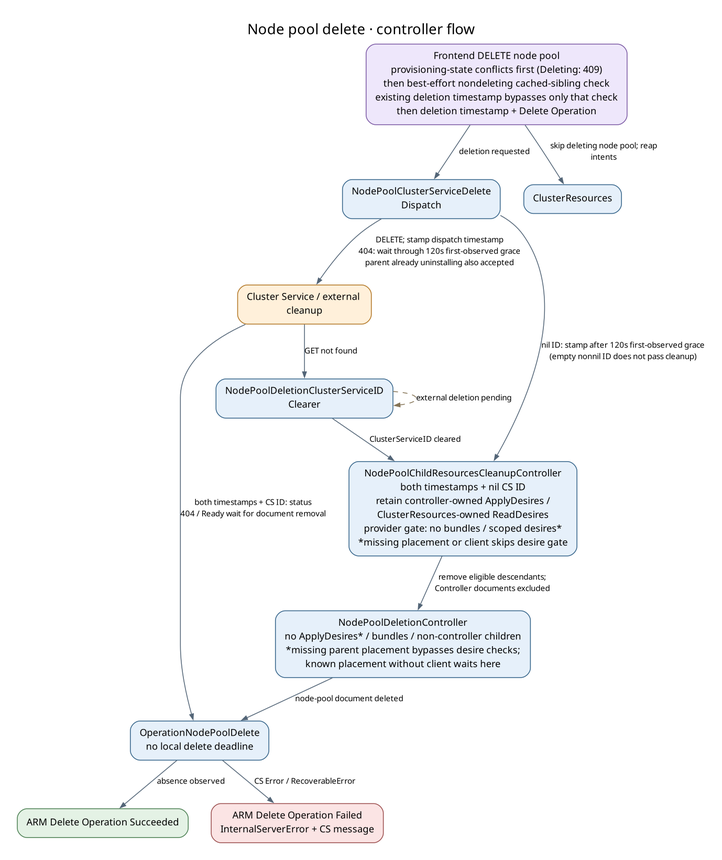
Azure/ARO-HCP keeps this Graphviz diagram as docs/generated/diagrams/controller-flows/nodepool-delete.png. Above is the earlier version. Its source is kept beside it as docs/generated/diagrams/controller-flows/nodepool-delete.dot.
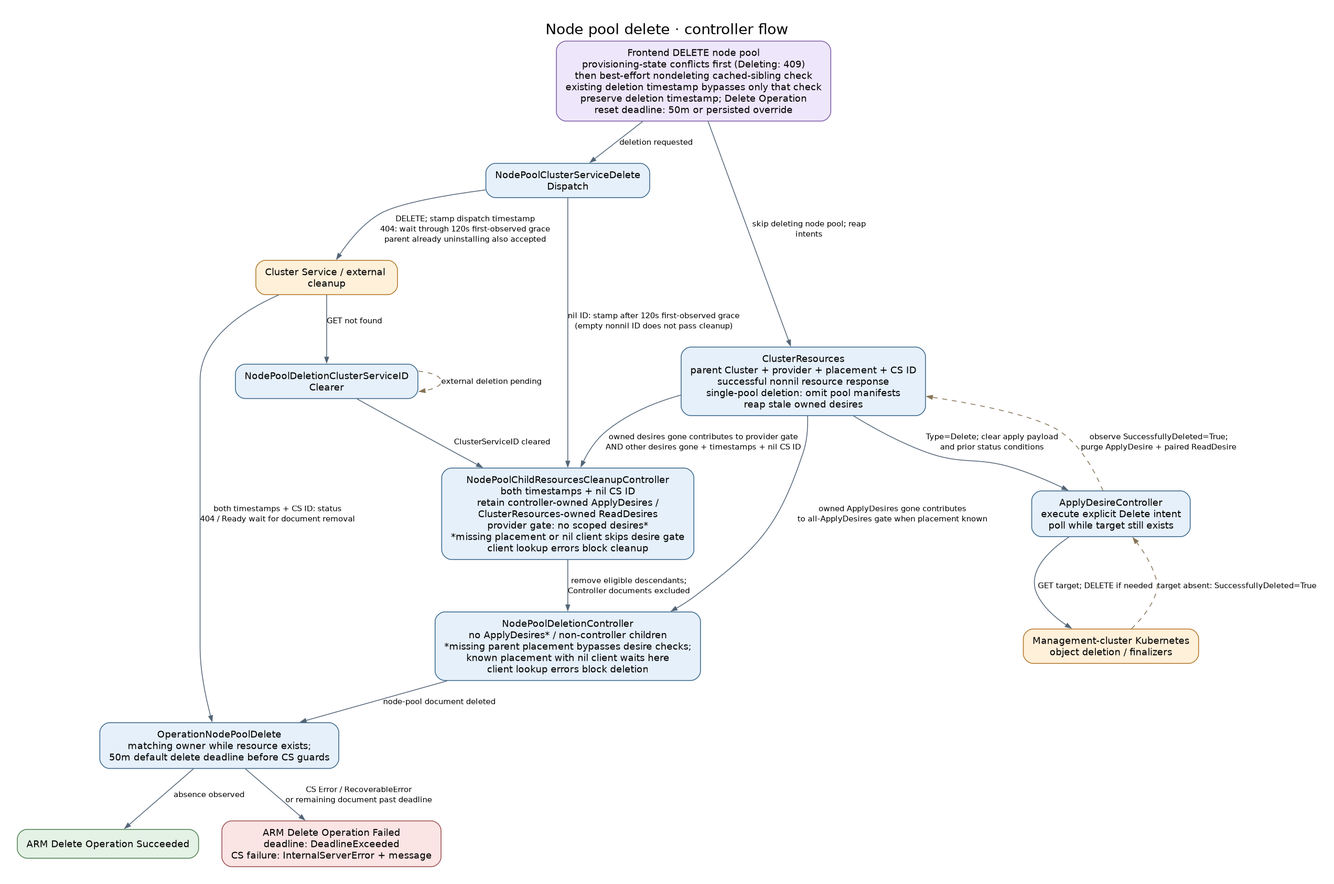
After the change.

What changed in the source:
```diff
@@ -2,25 +2,33 @@
   graph [rankdir=TB, bgcolor="white", pad="0.3", nodesep="0.4", ranksep="0.55", fontname="DejaVu Sans", fontsize=18, labelloc=t, label="Node pool delete · controller flow", dpi=110];
   node [shape=box, style="rounded,filled", fillcolor="#e6f0fa", color="#35648a", fontname="DejaVu Sans", fontsize=12, margin="0.16,0.10"];
   edge [color="#536577", fontname="DejaVu Sans", fontsize=10, arrowsize=0.7];
-  api [label="Frontend DELETE node pool\nprovisioning-state conflicts first (Deleting: 409)\nthen best-effort nondeleting cached-sibling check\nexisting deletion timestamp bypasses only that check\nthen deletion timestamp + Delete Operation", fillcolor="#eee7fb", color="#7b59a4"];
+  api [label="Frontend DELETE node pool\nprovisioning-state conflicts first (Deleting: 409)\nthen best-effort nondeleting cached-sibling check\nexisting deletion timestamp bypasses only that check\npreserve deletion timestamp; Delete Operation\nreset deadline: 50m or persisted override", fillcolor="#eee7fb", color="#7b59a4"];
   dispatch [label="NodePoolClusterServiceDelete\nDispatch", fillcolor="#e6f0fa", color="#35648a"];
   cs [label="Cluster Service / external \ncleanup", fillcolor="#fff0da", color="#b27624"];
   clear [label="NodePoolDeletionClusterServiceID\nClearer", fillcolor="#e6f0fa", color="#35648a"];
-  resources [label="ClusterResources", fillcolor="#e6f0fa", color="#35648a"];
-  cleanup [label="NodePoolChildResourcesCleanupController\nboth timestamps + nil CS ID\nretain controller-owned ApplyDesires /\nClusterResources-owned ReadDesires\nprovider gate: no bundles / scoped desires*\n*missing placement or client skips desire gate", fillcolor="#e6f0fa", color="#35648a"];
-  final [label="NodePoolDeletionController\nno ApplyDesires* / bundles / non-controller children\n*missing parent placement bypasses desire checks;\nknown placement without client waits here", fillcolor="#e6f0fa", color="#35648a"];
-  op [label="OperationNodePoolDelete\nno local delete deadline", fillcolor="#e6f0fa", color="#35648a"];
+  resources [label="ClusterResources\nparent Cluster + provider + placement + CS ID\nsuccessful nonnil resource response\nsingle-pool deletion: omit pool manifests\nreap stale owned desires", fillcolor="#e6f0fa", color="#35648a"];
+  apply [label="ApplyDesireController\nexecute explicit Delete intent\npoll while target still exists", fillcolor="#e6f0fa", color="#35648a"];
+  kube [label="Management-cluster Kubernetes\nobject deletion / finalizers", fillcolor="#fff0da", color="#b27624"];
+  cleanup [label="NodePoolChildResourcesCleanupController\nboth timestamps + nil CS ID\nretain controller-owned ApplyDesires /\nClusterResources-owned ReadDesires\nprovider gate: no scoped desires*\n*missing placement or nil client skips desire gate\nclient lookup errors block cleanup", fillcolor="#e6f0fa", color="#35648a"];
+  final [label="NodePoolDeletionController\nno ApplyDesires* / non-controller children\n*missing parent placement bypasses desire checks;\nknown placement with nil client waits here\nclient lookup errors block deletion", fillcolor="#e6f0fa", color="#35648a"];
+  op [label="OperationNodePoolDelete\nmatching owner while resource exists;\n50m default delete deadline before CS guards", fillcolor="#e6f0fa", color="#35648a"];
   done [label="ARM Delete Operation Succeeded", fillcolor="#e4f2e5", color="#4c8053"];
-  failed [label="ARM Delete Operation Failed\nInternalServerError + CS message", fillcolor="#fbe4e4", color="#9b4d4d"];
+  failed [label="ARM Delete Operation Failed\ndeadline: DeadlineExceeded\nCS failure: InternalServerError + message", fillcolor="#fbe4e4", color="#9b4d4d"];
   api -> dispatch [label="deletion requested"];
   api -> resources [label="skip deleting node pool; reap\nintents"];
+  resources -> apply [label="Type=Delete; clear apply payload\nand prior status conditions"];
+  apply -> kube [label="GET target; DELETE if needed"];
+  kube -> apply [label="target absent: SuccessfullyDeleted=True", style=dashed, color="#857456"];
+  apply -> resources [label="observe SuccessfullyDeleted=True;\npurge ApplyDesire + paired ReadDesire", style=dashed, color="#857456", constraint=false];
+  resources -> cleanup [label="owned desires gone contributes to provider gate\nAND other desires gone + timestamps + nil CS ID"];
+  resources -> final [label="owned ApplyDesires gone contributes\nto all-ApplyDesires gate when placement known"];
   dispatch -> cs [label="DELETE; stamp dispatch timestamp\n404: wait through 120s first-observed grace\nparent already uninstalling also accepted"];
   dispatch -> cleanup [label="nil ID: stamp after 120s first-observed grace\n(empty nonnil ID does not pass cleanup)"];
   cs -> clear [label="GET not found"];
   clear -> cleanup [label="ClusterServiceID cleared"];
   cleanup -> final [label="remove eligible descendants;\nController documents excluded"];
   cs -> op [label="both timestamps + CS ID: status\n404 / Ready wait for document removal"];
-  op -> failed [label="CS Error / RecoverableError"];
+  op -> failed [label="CS Error / RecoverableError\nor remaining document past deadline"];
   final -> op [label="node-pool document deleted"];
   op -> done [label="absence observed"];
   clear -> clear [label="external deletion pending", style=dashed, color="#857456", constraint=false];
```
